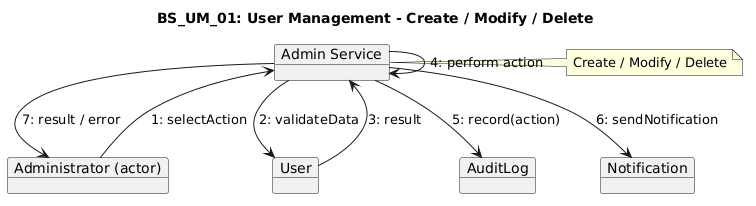
Earlier version of the PlantUML export Diagrams/Collaboration Diagrams/BS_UM_01.png (erindkotobelli12/BankManagementSystem). Its diagram source:
```plantuml
@startuml
title BS_UM_01: User Management - Create / Modify / Delete

object "Administrator (actor)" as Admin
object "Admin Service" as AC
object "User" as UA
object "AuditLog" as AL
object "Notification" as NS

Admin --> AC : 1: selectAction

note right of AC
Create / Modify / Delete
end note

AC --> UA : 2: validateData
UA --> AC : 3: result

AC --> AC : 4: perform action

AC --> AL : 5: record(action)
AC --> NS : 6: sendNotification
AC --> Admin : 7: result / error
@enduml
```
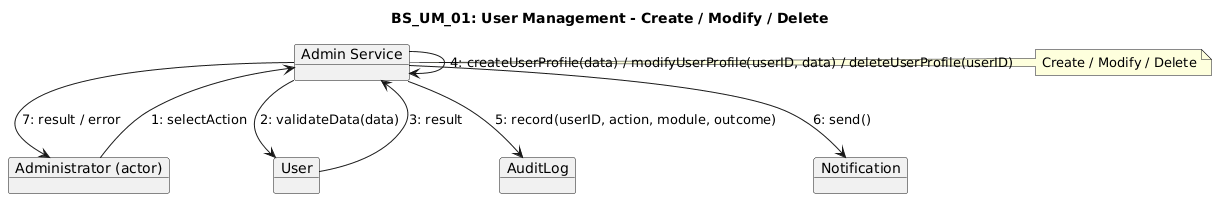
The same diagram one commit later.

The edit, as a diff of the source:
```diff
@@ -13,12 +13,12 @@
 Create / Modify / Delete
 end note
 
-AC --> UA : 2: validateData
+AC --> UA : 2: validateData(data)
 UA --> AC : 3: result
 
-AC --> AC : 4: perform action
+AC --> AC : 4: createUserProfile(data) / modifyUserProfile(userID, data) / deleteUserProfile(userID)
 
-AC --> AL : 5: record(action)
-AC --> NS : 6: sendNotification
+AC --> AL : 5: record(userID, action, module, outcome)
+AC --> NS : 6: send()
 AC --> Admin : 7: result / error
 @enduml
```
